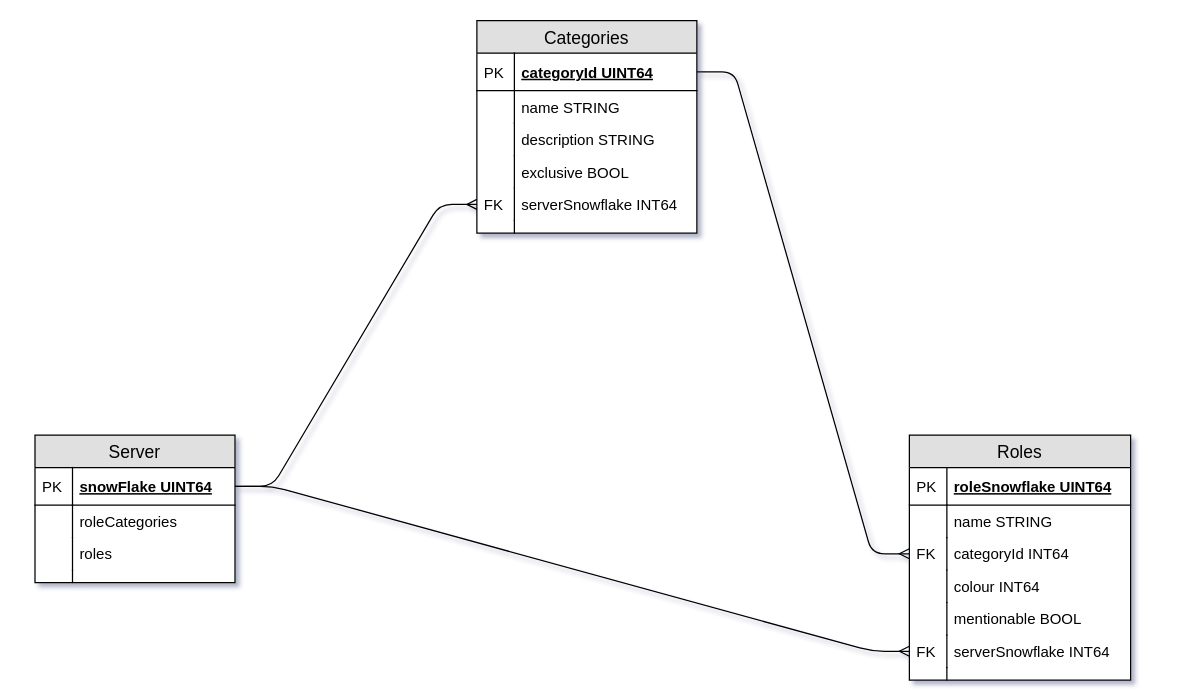
The draw.io diagram docs/SQL Schema.drawio in Trissie-Scrap/better-role-bot, before the edit. Source tidied: cells renumbered, new cells numbered last; positions are measured from the earlier drawing's top-left corner, leaving out a move shared by most shapes. Both pictures are drawn from the tidied source at 125%, with x=0, y=0 at pixel (35, 20).
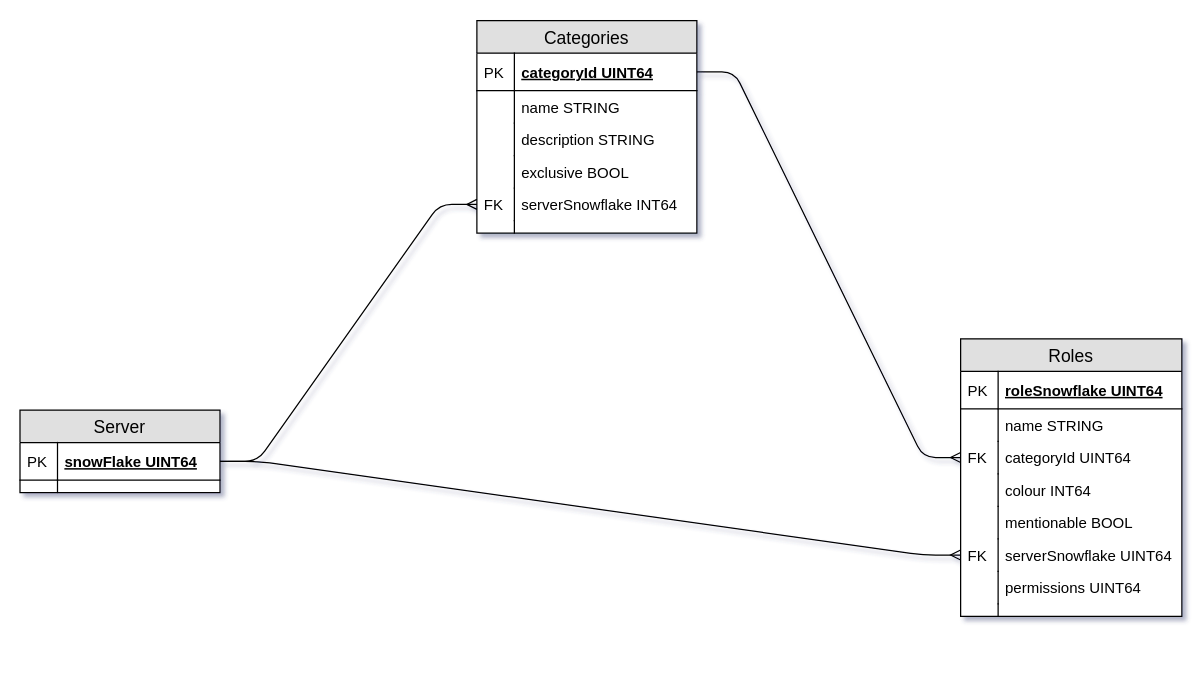
The same page after the edit.

The edit, as a diff of the source:
```diff
@@
     <mxCell id="2" value="Server" style="swimlane;fontStyle=0;horizontal=1;startSize=26;fillColor=#e0e0e0;swimlaneFillColor=#ffffff;align=center;fontSize=14;" parent="1" vertex="1">
-      <mxGeometry x="-0.5" y="331.5" width="160" height="118" as="geometry" />
+      <mxGeometry x="-12.5" y="311.5" width="160" height="66" as="geometry" />
     </mxCell>
@@
-    <mxCell id="5" value="roleCategories" style="shape=partialRectangle;top=0;left=0;right=0;bottom=0;align=left;verticalAlign=top;fillColor=none;spacingLeft=34;spacingRight=4;overflow=hidden;fontSize=12;" parent="2" vertex="1">
-      <mxGeometry y="56" width="160" height="26" as="geometry" />
-    </mxCell>
-    <mxCell id="6" style="shape=partialRectangle;top=0;left=0;bottom=0;fillColor=none;align=left;verticalAlign=top;spacingLeft=4;spacingRight=4;overflow=hidden;fontSize=12;" parent="5" vertex="1">
-      <mxGeometry width="30" height="26" as="geometry" />
-    </mxCell>
-    <mxCell id="7" value="roles" style="shape=partialRectangle;top=0;left=0;right=0;bottom=0;align=left;verticalAlign=top;fillColor=none;spacingLeft=34;spacingRight=4;overflow=hidden;fontSize=12;" parent="2" vertex="1">
-      <mxGeometry y="82" width="160" height="26" as="geometry" />
-    </mxCell>
-    <mxCell id="8" style="shape=partialRectangle;top=0;left=0;bottom=0;fillColor=none;align=left;verticalAlign=top;spacingLeft=4;spacingRight=4;overflow=hidden;fontSize=12;" parent="7" vertex="1">
-      <mxGeometry width="30" height="26" as="geometry" />
-    </mxCell>
     <mxCell id="9" style="shape=partialRectangle;top=0;left=0;right=0;bottom=0;align=left;verticalAlign=top;fillColor=none;spacingLeft=34;spacingRight=4;overflow=hidden;fontSize=12;" parent="2" vertex="1">
-      <mxGeometry y="108" width="160" height="10" as="geometry" />
+      <mxGeometry y="56" width="160" height="10" as="geometry" />
     </mxCell>
@@
     <mxCell id="25" value="Roles" style="swimlane;fontStyle=0;horizontal=1;startSize=26;fillColor=#e0e0e0;swimlaneFillColor=#ffffff;align=center;fontSize=14;" parent="1" vertex="1">
-      <mxGeometry x="699" y="331.5" width="177" height="196" as="geometry" />
+      <mxGeometry x="740" y="254.5" width="177" height="222" as="geometry" />
     </mxCell>
@@
-    <mxCell id="30" value="categoryId INT64" style="shape=partialRectangle;top=0;left=0;right=0;bottom=0;align=left;verticalAlign=top;fillColor=none;spacingLeft=34;spacingRight=4;overflow=hidden;points=[[0,0.5],[1,0.5]];portConstraint=eastwest;fontSize=12;" parent="25" vertex="1">
+    <mxCell id="30" value="categoryId UINT64" style="shape=partialRectangle;top=0;left=0;right=0;bottom=0;align=left;verticalAlign=top;fillColor=none;spacingLeft=34;spacingRight=4;overflow=hidden;points=[[0,0.5],[1,0.5]];portConstraint=eastwest;fontSize=12;" parent="25" vertex="1">
       <mxGeometry y="82" width="177" height="26" as="geometry" />
     </mxCell>
@@
-    <mxCell id="36" value="serverSnowflake INT64" style="shape=partialRectangle;top=0;left=0;right=0;bottom=0;align=left;verticalAlign=top;fillColor=none;spacingLeft=34;spacingRight=4;overflow=hidden;points=[[0,0.5],[1,0.5]];portConstraint=eastwest;fontSize=12;" parent="25" vertex="1">
+    <mxCell id="36" value="serverSnowflake UINT64" style="shape=partialRectangle;top=0;left=0;right=0;bottom=0;align=left;verticalAlign=top;fillColor=none;spacingLeft=34;spacingRight=4;overflow=hidden;points=[[0,0.5],[1,0.5]];portConstraint=eastwest;fontSize=12;" parent="25" vertex="1">
       <mxGeometry y="160" width="177" height="26" as="geometry" />
     </mxCell>
@@
+    <mxCell id="42" value="permissions UINT64" style="shape=partialRectangle;top=0;left=0;right=0;bottom=0;align=left;verticalAlign=top;fillColor=none;spacingLeft=34;spacingRight=4;overflow=hidden;fontSize=12;" parent="25" vertex="1">
+      <mxGeometry y="186" width="177" height="26" as="geometry" />
+    </mxCell>
+    <mxCell id="43" style="shape=partialRectangle;top=0;left=0;bottom=0;fillColor=none;align=left;verticalAlign=top;spacingLeft=4;spacingRight=4;overflow=hidden;fontSize=12;" parent="42" vertex="1">
+      <mxGeometry width="30" height="26" as="geometry" />
+    </mxCell>
     <mxCell id="38" style="shape=partialRectangle;top=0;left=0;right=0;bottom=0;align=left;verticalAlign=top;fillColor=none;spacingLeft=34;spacingRight=4;overflow=hidden;fontSize=12;" parent="25" vertex="1">
-      <mxGeometry y="186" width="177" height="10" as="geometry" />
+      <mxGeometry y="212" width="177" height="10" as="geometry" />
     </mxCell>
```
